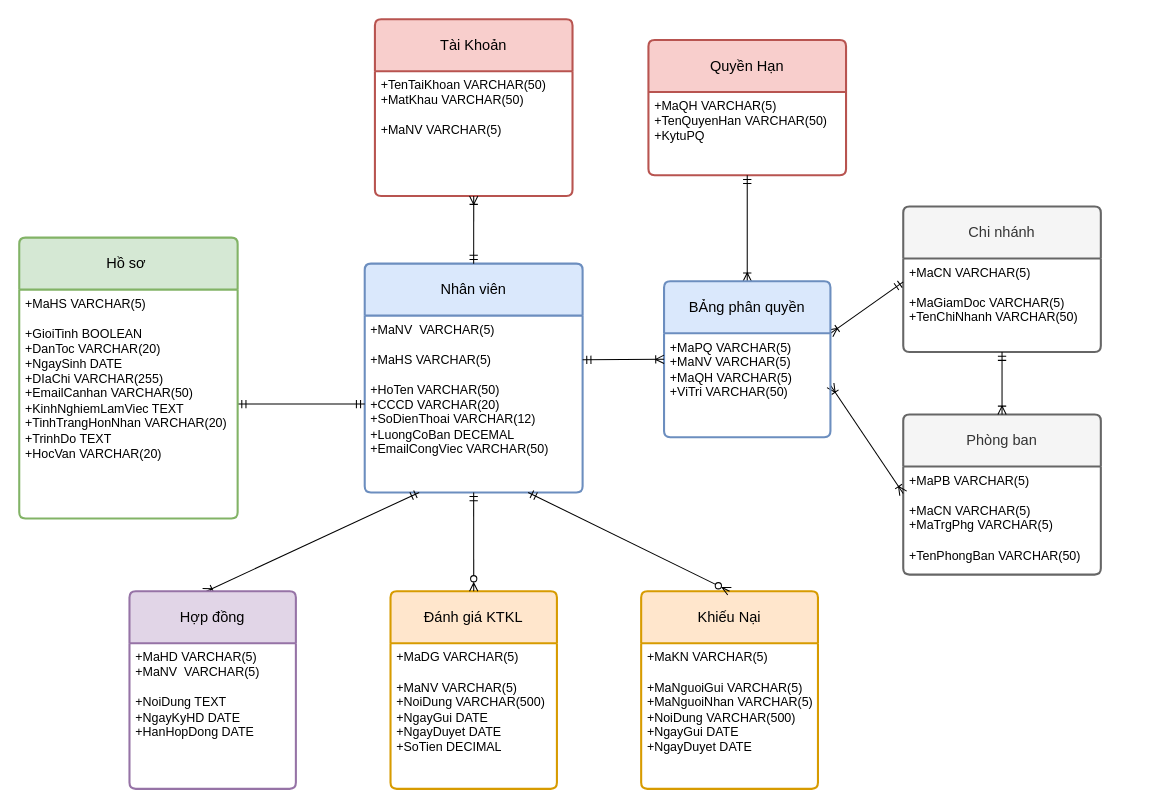
The draw.io diagram Untitled Diagram.drawio in dunkvippro/Quanlythuexe, before the edit. Source tidied: cells renumbered, new cells numbered last; positions are measured from the earlier drawing's top-left corner, leaving out a move shared by most shapes. Both pictures are drawn from the tidied source at 104%, with x=0, y=0 at pixel (19, 19).
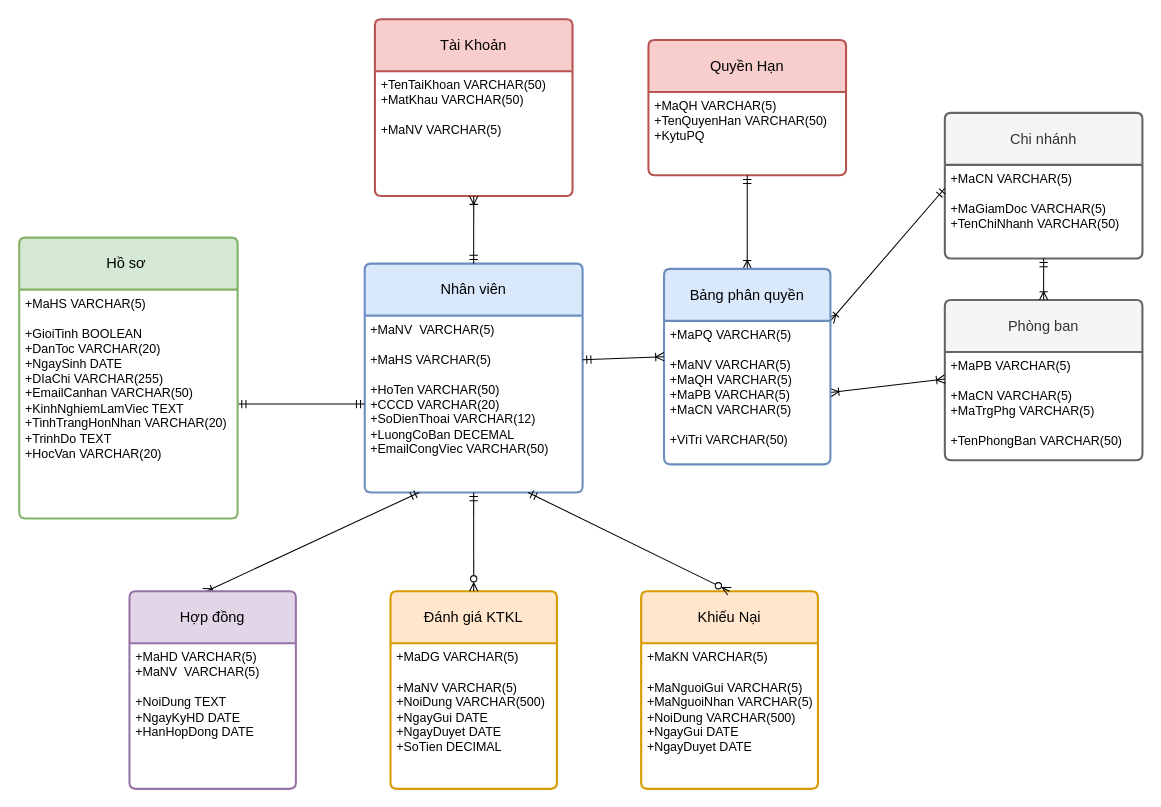
After the change.

What changed in the source:
```diff
@@
     <mxCell id="9" value="Phòng ban" style="swimlane;horizontal=1;startSize=50;rounded=1;fontSize=14;fontStyle=0;strokeWidth=2;shadow=0;dashed=0;align=center;arcSize=4;whiteSpace=wrap;html=1;fillColor=#f5f5f5;strokeColor=#666666;fontColor=#333333;" parent="1" vertex="1">
-      <mxGeometry x="850" y="380" width="190" height="154" as="geometry" />
+      <mxGeometry x="890" y="270" width="190" height="154" as="geometry" />
     </mxCell>
@@
     <mxCell id="11" value="Chi nhánh" style="swimlane;horizontal=1;startSize=50;rounded=1;fontSize=14;fontStyle=0;strokeWidth=2;shadow=0;dashed=0;align=center;arcSize=4;whiteSpace=wrap;html=1;fillColor=#f5f5f5;strokeColor=#666666;fontColor=#333333;" parent="1" vertex="1">
-      <mxGeometry x="850" y="180" width="190" height="140" as="geometry" />
+      <mxGeometry x="890" y="90" width="190" height="140" as="geometry" />
     </mxCell>
@@
-    <mxCell id="29" value="BẢng phân quyền" style="swimlane;horizontal=1;startSize=50;rounded=1;fontSize=14;fontStyle=0;strokeWidth=2;shadow=0;dashed=0;align=center;arcSize=4;whiteSpace=wrap;html=1;fillColor=#dae8fc;strokeColor=#6c8ebf;" parent="1" vertex="1">
-      <mxGeometry x="620" y="252" width="160" height="150" as="geometry" />
+    <mxCell id="29" value="Bảng phân quyền" style="swimlane;horizontal=1;startSize=50;rounded=1;fontSize=14;fontStyle=0;strokeWidth=2;shadow=0;dashed=0;align=center;arcSize=4;whiteSpace=wrap;html=1;fillColor=#dae8fc;strokeColor=#6c8ebf;" parent="1" vertex="1">
+      <mxGeometry x="620" y="240" width="160" height="188" as="geometry" />
     </mxCell>
-    <mxCell id="30" value="+MaPQ VARCHAR(5)&lt;br style=&quot;border-color: var(--border-color);&quot;&gt;+MaNV VARCHAR(5)&lt;br style=&quot;border-color: var(--border-color);&quot;&gt;+MaQH VARCHAR(5)&lt;br style=&quot;border-color: var(--border-color);&quot;&gt;+ViTri VARCHAR(50)" style="align=left;strokeColor=none;fillColor=none;spacingLeft=4;fontSize=12;verticalAlign=top;html=1;" parent="29" vertex="1">
-      <mxGeometry y="50" width="160" height="100" as="geometry" />
+    <mxCell id="30" value="+MaPQ VARCHAR(5)&lt;br&gt;&lt;br style=&quot;border-color: var(--border-color);&quot;&gt;+MaNV VARCHAR(5)&lt;br style=&quot;border-color: var(--border-color);&quot;&gt;+MaQH VARCHAR(5)&lt;br&gt;+MaPB VARCHAR(5)&lt;br&gt;+MaCN VARCHAR(5)&lt;br&gt;&lt;br style=&quot;border-color: var(--border-color);&quot;&gt;+ViTri VARCHAR(50)" style="align=left;strokeColor=none;fillColor=none;spacingLeft=4;fontSize=12;verticalAlign=top;html=1;" parent="29" vertex="1">
+      <mxGeometry y="50" width="160" height="138" as="geometry" />
     </mxCell>
```
